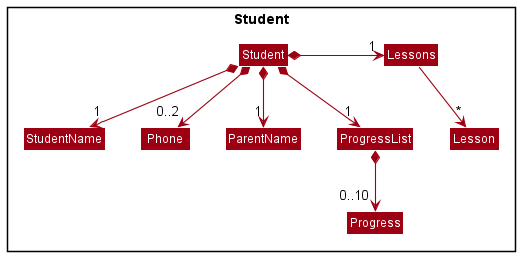
Above: docs/images/StudentClassDiagram.png in nus-cs2103-AY2122S1/tp (PlantUML), before the change.
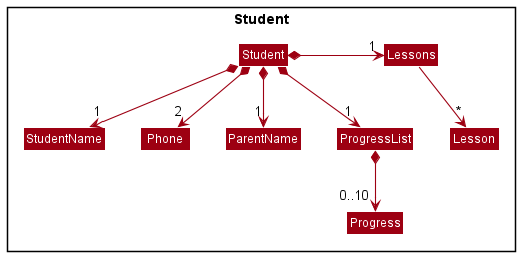
After the change.

The edit, as a diff of the source:
```diff
@@ -16,7 +16,7 @@
 }
 
 Student *--> "1"StudentName
-Student *--> "0..2" Phone
+Student *--> "2" Phone
 Student *--> "1"ParentName
 Student *--> "1"ProgressList
 ProgressList *--> "0..10"Progress
```
